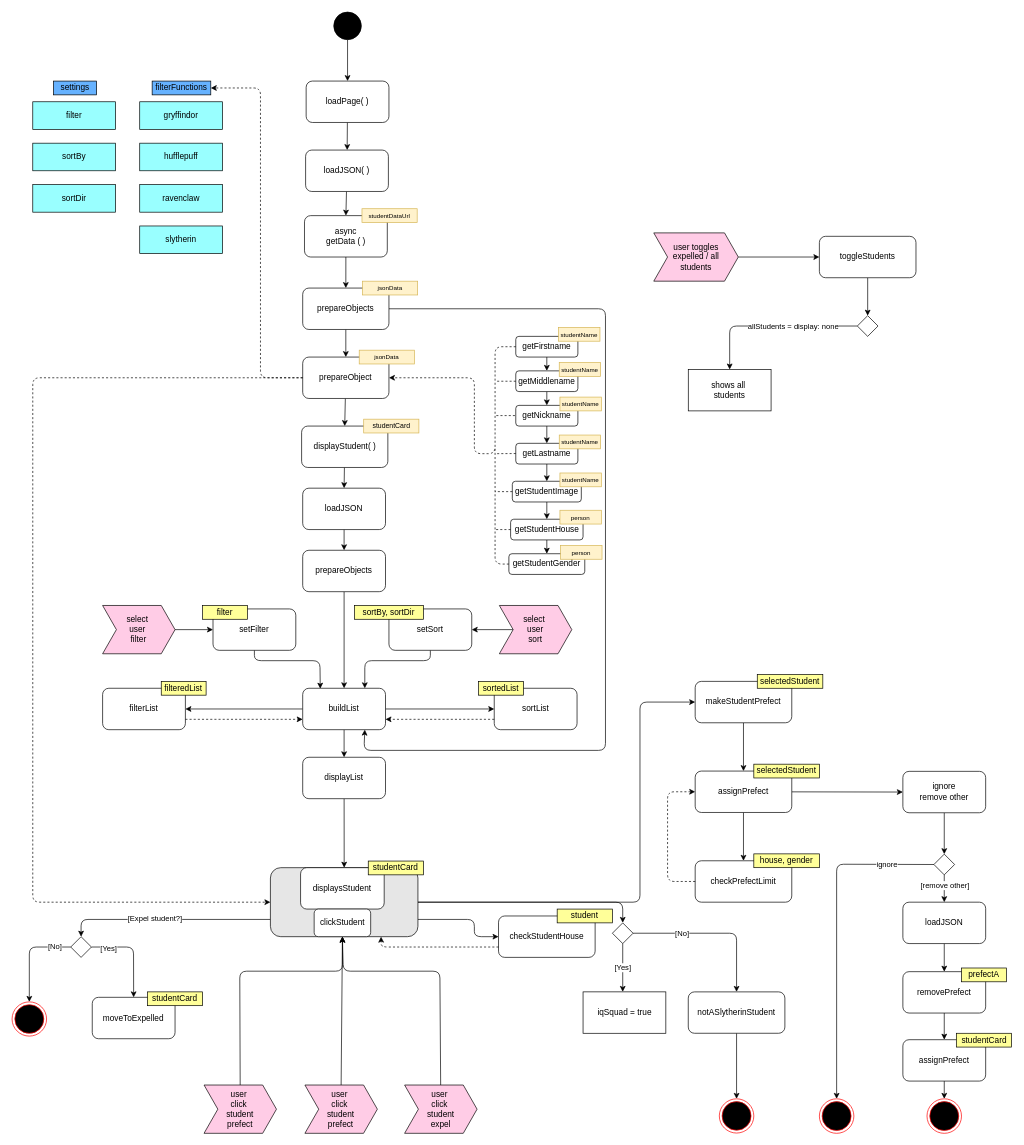
TheFred94/hacked_hogwarts_student_list keeps this draw.io diagram as filter_and_sorting.drawio. Above is the earlier version. Source tidied: cells renumbered, new cells numbered last; positions are measured from the earlier drawing's top-left corner, leaving out a move shared by most shapes. Both pictures are drawn from the tidied source at 69%, with x=0, y=0 at pixel (12, 12).
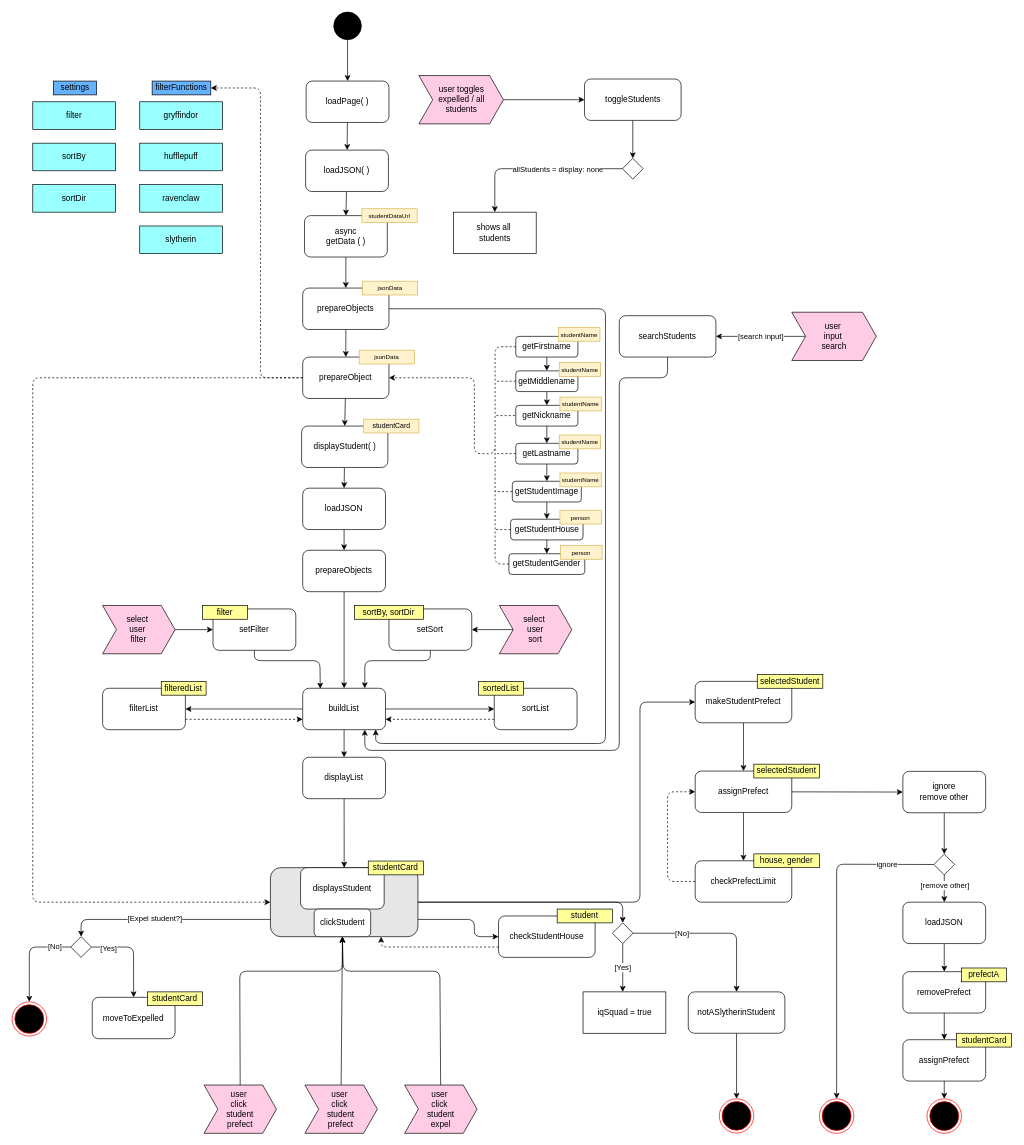
Above is the later version.

Unchanged cells that the change refers to:
```xml
<mxCell id="19" value="buildList" style="rounded=1;whiteSpace=wrap;html=1;fillColor=#FFFFFF;" parent="1" vertex="1">
  <mxGeometry x="421.2" y="980" width="120" height="60" as="geometry" />
</mxCell>
<mxCell id="80" value="prepareObjects" style="rounded=1;whiteSpace=wrap;html=1;fillColor=#FFFFFF;" parent="1" vertex="1">
  <mxGeometry x="421.2" y="400" width="125" height="60" as="geometry" />
</mxCell>
```

What changed in the source:
```diff
@@
-    <mxCell id="79" style="edgeStyle=none;html=1;entryX=0.75;entryY=1;entryDx=0;entryDy=0;exitX=1;exitY=0.5;exitDx=0;exitDy=0;" parent="1" edge="1" source="80" target="19">
+    <mxCell id="79" style="edgeStyle=none;html=1;entryX=0.882;entryY=0.995;entryDx=0;entryDy=0;exitX=1;exitY=0.5;exitDx=0;exitDy=0;entryPerimeter=0;" parent="1" edge="1" source="80" target="19">
       <mxGeometry relative="1" as="geometry">
         <Array as="points">
           <mxPoint x="860" y="430" />
-          <mxPoint x="860" y="1070" />
-          <mxPoint x="510" y="1070" />
+          <mxPoint x="860" y="1060" />
+          <mxPoint x="527" y="1060" />
         </Array>
       </mxGeometry>
     </mxCell>
@@
     <mxCell id="146" style="edgeStyle=none;html=1;" parent="1" edge="1" source="147">
       <mxGeometry relative="1" as="geometry">
-        <mxPoint x="1170" y="355" as="targetPoint" />
+        <mxPoint x="829.6" y="127" as="targetPoint" />
       </mxGeometry>
     </mxCell>
     <mxCell id="147" value="user toggles&lt;br&gt;expelled / all&lt;br&gt;students" style="shape=step;perimeter=stepPerimeter;whiteSpace=wrap;html=1;fixedSize=1;fillColor=#FFCCE6;" parent="1" vertex="1">
-      <mxGeometry x="930" y="320" width="122.5" height="70" as="geometry" />
+      <mxGeometry x="589.6" y="92" width="122.5" height="70" as="geometry" />
     </mxCell>
     <mxCell id="148" style="edgeStyle=none;html=1;" parent="1" edge="1" source="149">
       <mxGeometry relative="1" as="geometry">
-        <mxPoint x="1240" y="440" as="targetPoint" />
+        <mxPoint x="899.6" y="212" as="targetPoint" />
       </mxGeometry>
     </mxCell>
     <mxCell id="149" value="toggleStudents" style="rounded=1;whiteSpace=wrap;html=1;fillColor=#FFFFFF;" parent="1" vertex="1">
-      <mxGeometry x="1170" y="325" width="140" height="60" as="geometry" />
+      <mxGeometry x="829.6" y="97" width="140" height="60" as="geometry" />
     </mxCell>
     <mxCell id="150" style="edgeStyle=none;html=1;entryX=0.5;entryY=0;entryDx=0;entryDy=0;" parent="1" edge="1" source="152" target="153">
       <mxGeometry relative="1" as="geometry">
         <Array as="points">
-          <mxPoint x="1040" y="455" />
+          <mxPoint x="699.6" y="227" />
         </Array>
       </mxGeometry>
     </mxCell>
@@
     <mxCell id="152" style="rhombus;whiteSpace=wrap;html=1;fillColor=none;" parent="1" vertex="1">
-      <mxGeometry x="1225" y="440" width="30" height="30" as="geometry" />
+      <mxGeometry x="884.6" y="212" width="30" height="30" as="geometry" />
     </mxCell>
     <mxCell id="153" value="shows all&amp;nbsp;&lt;br&gt;students" style="rounded=0;whiteSpace=wrap;html=1;" parent="1" vertex="1">
-      <mxGeometry x="980" y="518" width="120" height="60" as="geometry" />
+      <mxGeometry x="639.6" y="290" width="120" height="60" as="geometry" />
     </mxCell>
+    <mxCell id="154" value="[search input]" style="edgeStyle=orthogonalEdgeStyle;rounded=0;jettySize=auto;html=1;" parent="1" edge="1" source="155" target="157">
+      <mxGeometry relative="1" as="geometry" />
+    </mxCell>
+    <mxCell id="155" value="user&amp;nbsp;&lt;br&gt;input&amp;nbsp;&lt;br&gt;search" style="shape=step;perimeter=stepPerimeter;whiteSpace=wrap;html=1;fixedSize=1;fillColor=#FFCCE6;" parent="1" vertex="1">
+      <mxGeometry x="1130" y="435" width="122.5" height="70" as="geometry" />
+    </mxCell>
+    <mxCell id="156" style="edgeStyle=orthogonalEdgeStyle;rounded=1;jettySize=auto;html=1;entryX=0.75;entryY=1;entryDx=0;entryDy=0;" parent="1" edge="1" source="157" target="19">
+      <mxGeometry relative="1" as="geometry">
+        <Array as="points">
+          <mxPoint x="950" y="530" />
+          <mxPoint x="880" y="530" />
+          <mxPoint x="880" y="1070" />
+          <mxPoint x="511" y="1070" />
+        </Array>
+      </mxGeometry>
+    </mxCell>
+    <mxCell id="157" value="searchStudents" style="rounded=1;whiteSpace=wrap;html=1;fillColor=#FFFFFF;" parent="1" vertex="1">
+      <mxGeometry x="880" y="440" width="140" height="60" as="geometry" />
+    </mxCell>
```
